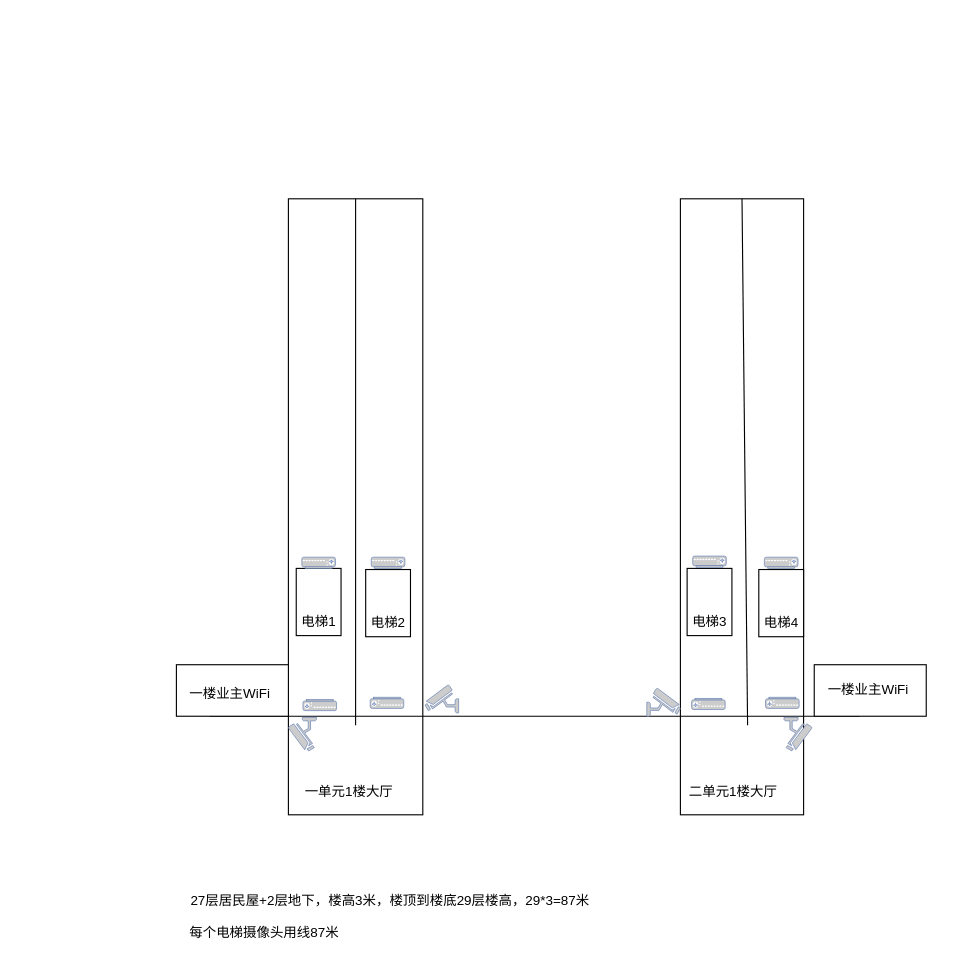
UTOUUCENTER-CD/draw.io keeps this draw.io diagram as 监控示意图.drawio. Above is the earlier version. Source tidied: cells renumbered, new cells numbered last; positions are measured from the earlier drawing's top-left corner, leaving out a move shared by most shapes. Both pictures are drawn from the tidied source at 112%, with x=0, y=0 at pixel (176, 198).
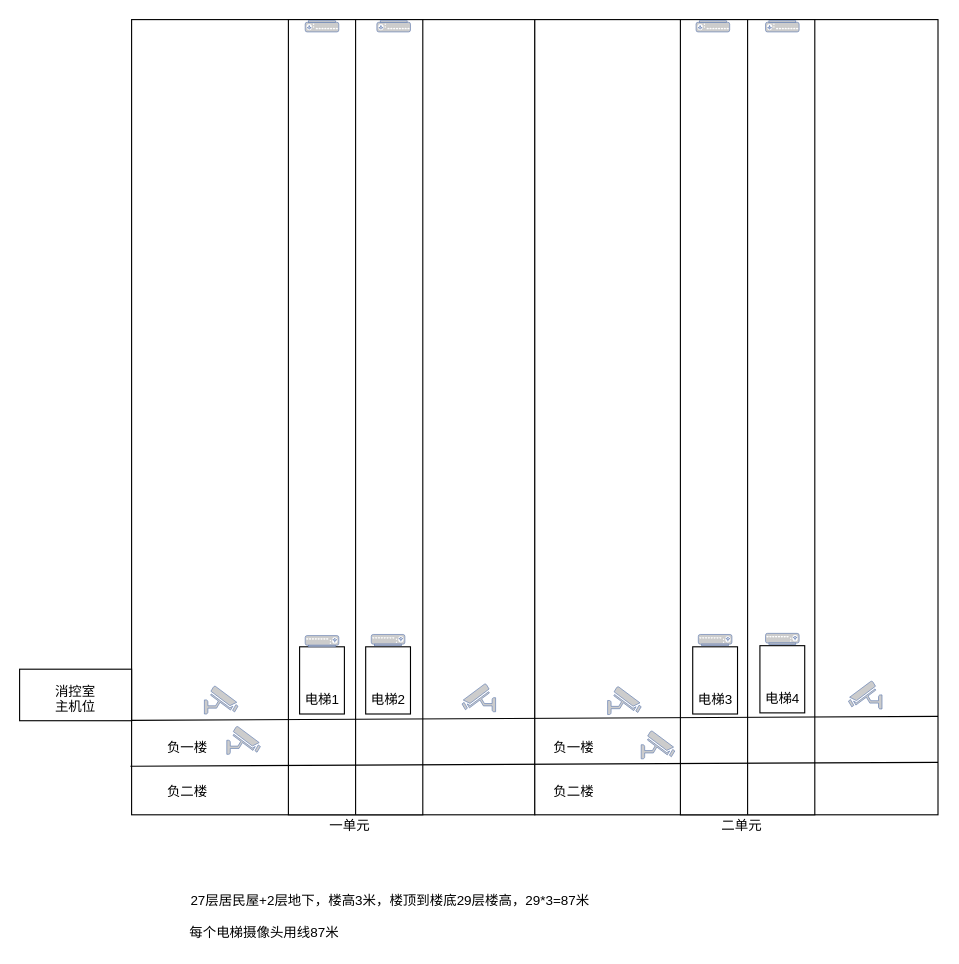
The same page after the edit.

Commit message:
Update 监控示意图.drawio

Diff of the diagram source:
```diff
@@
+    <mxCell id="44" style="rounded=0;whiteSpace=wrap;html=1;" parent="1" vertex="1">
+      <mxGeometry x="-40" y="-160" width="360" height="710" as="geometry" />
+    </mxCell>
+    <mxCell id="45" style="rounded=0;whiteSpace=wrap;html=1;" parent="1" vertex="1">
+      <mxGeometry x="320" y="-160" width="360" height="710" as="geometry" />
+    </mxCell>
     <mxCell id="2" style="rounded=0;whiteSpace=wrap;html=1;" parent="1" vertex="1">
-      <mxGeometry x="100" width="120" height="550" as="geometry" />
+      <mxGeometry x="100" y="-160" width="120" height="710" as="geometry" />
     </mxCell>
-    <mxCell id="3" style="endArrow=none;html=1;entryX=0.5;entryY=0;entryDx=0;entryDy=0;" parent="1" edge="1" target="2">
-      <mxGeometry relative="1" as="geometry">
-        <mxPoint x="160" y="470" as="sourcePoint" />
-      </mxGeometry>
+    <mxCell id="3" style="endArrow=none;html=1;entryX=0.5;entryY=0;entryDx=0;entryDy=0;exitX=0.5;exitY=1;exitDx=0;exitDy=0;" parent="1" edge="1" source="2" target="2">
+      <mxGeometry relative="1" as="geometry" />
     </mxCell>
     <mxCell id="4" style="rounded=0;whiteSpace=wrap;html=1;" parent="1" vertex="1">
-      <mxGeometry x="450" width="110" height="550" as="geometry" />
+      <mxGeometry x="450" y="-160" width="120" height="710" as="geometry" />
     </mxCell>
-    <mxCell id="5" style="endArrow=none;html=1;entryX=0.5;entryY=0;entryDx=0;entryDy=0;" parent="1" edge="1" target="4">
-      <mxGeometry relative="1" as="geometry">
-        <mxPoint x="510" y="470" as="sourcePoint" />
-      </mxGeometry>
+    <mxCell id="5" style="endArrow=none;html=1;entryX=0.5;entryY=0;entryDx=0;entryDy=0;exitX=0.5;exitY=1;exitDx=0;exitDy=0;" parent="1" edge="1" source="4" target="4">
+      <mxGeometry relative="1" as="geometry" />
     </mxCell>
+    <mxCell id="46" style="endArrow=none;html=1;exitX=-0.003;exitY=0.939;exitDx=0;exitDy=0;exitPerimeter=0;entryX=1;entryY=0.934;entryDx=0;entryDy=0;entryPerimeter=0;" parent="1" edge="1" source="44" target="45">
+      <mxGeometry relative="1" as="geometry" />
+    </mxCell>
-    <mxCell id="6" style="endArrow=none;html=1;" parent="1" edge="1">
+    <mxCell id="6" style="endArrow=none;html=1;exitX=-0.003;exitY=0.939;exitDx=0;exitDy=0;exitPerimeter=0;entryX=1;entryY=0.934;entryDx=0;entryDy=0;entryPerimeter=0;" parent="1" edge="1">
       <mxGeometry relative="1" as="geometry">
-        <mxPoint x="30" y="462" as="sourcePoint" />
-        <mxPoint x="610" y="462" as="targetPoint" />
+        <mxPoint x="-41.1" y="465.7" as="sourcePoint" />
+        <mxPoint x="680" y="462.1" as="targetPoint" />
       </mxGeometry>
     </mxCell>
+    <mxCell id="47" value="负一楼" style="text;html=1;align=left;verticalAlign=top;spacingTop=-4;" parent="1" vertex="1">
+      <mxGeometry x="-10" y="480" width="50" height="20" as="geometry" />
+    </mxCell>
+    <mxCell id="48" value="负二楼" style="text;html=1;align=left;verticalAlign=top;spacingTop=-4;" parent="1" vertex="1">
+      <mxGeometry x="-10" y="520" width="50" height="20" as="geometry" />
+    </mxCell>
-    <mxCell id="7" style="fontColor=#0066CC;verticalAlign=top;verticalLabelPosition=bottom;labelPosition=center;align=center;html=1;fillColor=#CCCCCC;strokeColor=#6881B3;gradientColor=none;gradientDirection=north;strokeWidth=2;shape=mxgraph.networks.security_camera;direction=south;flipH=1;" parent="1" vertex="1">
-      <mxGeometry x="100" y="463" width="25" height="30" as="geometry" />
+    <mxCell id="7" style="fontColor=#0066CC;verticalAlign=top;verticalLabelPosition=bottom;labelPosition=center;align=center;html=1;fillColor=#CCCCCC;strokeColor=#6881B3;gradientColor=none;gradientDirection=north;strokeWidth=2;shape=mxgraph.networks.security_camera;" parent="1" vertex="1">
+      <mxGeometry x="25" y="435" width="30" height="25" as="geometry" />
     </mxCell>
     <mxCell id="8" style="fontColor=#0066CC;verticalAlign=top;verticalLabelPosition=bottom;labelPosition=center;align=center;html=1;fillColor=#CCCCCC;strokeColor=#6881B3;gradientColor=none;gradientDirection=north;strokeWidth=2;shape=mxgraph.networks.security_camera;flipH=1;" parent="1" vertex="1">
-      <mxGeometry x="222" y="434" width="30" height="25" as="geometry" />
+      <mxGeometry x="255" y="433" width="30" height="25" as="geometry" />
     </mxCell>
+    <mxCell id="49" style="fontColor=#0066CC;verticalAlign=top;verticalLabelPosition=bottom;labelPosition=center;align=center;html=1;fillColor=#CCCCCC;strokeColor=#6881B3;gradientColor=none;gradientDirection=north;strokeWidth=2;shape=mxgraph.networks.security_camera;" parent="1" vertex="1">
+      <mxGeometry x="45" y="471" width="30" height="25" as="geometry" />
+    </mxCell>
+    <mxCell id="24" style="group;" parent="1" vertex="1">
+      <mxGeometry x="110" y="400" width="53" height="60" as="geometry" />
+    </mxCell>
+    <mxCell id="25" style="rounded=0;whiteSpace=wrap;html=1;" parent="24" vertex="1">
+      <mxGeometry width="40" height="60" as="geometry" />
+    </mxCell>
+    <mxCell id="26" value="电梯1" style="text;html=1;align=left;verticalAlign=top;spacingTop=-4;" parent="24" vertex="1">
+      <mxGeometry x="3" y="38" width="50" height="20" as="geometry" />
+    </mxCell>
+    <mxCell id="29" style="group;" parent="1" vertex="1">
+      <mxGeometry x="169" y="400" width="53" height="60" as="geometry" />
+    </mxCell>
+    <mxCell id="31" style="rounded=0;whiteSpace=wrap;html=1;" parent="29" vertex="1">
+      <mxGeometry width="40" height="60" as="geometry" />
+    </mxCell>
+    <mxCell id="32" value="电梯2" style="text;html=1;align=left;verticalAlign=top;spacingTop=-4;" parent="29" vertex="1">
+      <mxGeometry x="3" y="38" width="50" height="20" as="geometry" />
+    </mxCell>
+    <mxCell id="35" style="group;" parent="1" vertex="1">
+      <mxGeometry x="461" y="400" width="53" height="60" as="geometry" />
+    </mxCell>
+    <mxCell id="36" style="rounded=0;whiteSpace=wrap;html=1;" parent="35" vertex="1">
+      <mxGeometry width="40" height="60" as="geometry" />
+    </mxCell>
+    <mxCell id="37" value="电梯3" style="text;html=1;align=left;verticalAlign=top;spacingTop=-4;" parent="35" vertex="1">
+      <mxGeometry x="3" y="38" width="50" height="20" as="geometry" />
+    </mxCell>
+    <mxCell id="40" style="group;" parent="1" vertex="1">
+      <mxGeometry x="521" y="399" width="53" height="60" as="geometry" />
+    </mxCell>
+    <mxCell id="41" style="rounded=0;whiteSpace=wrap;html=1;" parent="40" vertex="1">
+      <mxGeometry width="40" height="60" as="geometry" />
+    </mxCell>
+    <mxCell id="42" value="电梯4" style="text;html=1;align=left;verticalAlign=top;spacingTop=-4;" parent="40" vertex="1">
+      <mxGeometry x="3" y="38" width="50" height="20" as="geometry" />
+    </mxCell>
-    <mxCell id="9" style="fontColor=#0066CC;verticalAlign=top;verticalLabelPosition=bottom;labelPosition=center;align=center;html=1;fillColor=#CCCCCC;strokeColor=#6881B3;gradientColor=none;gradientDirection=north;strokeWidth=2;shape=mxgraph.networks.security_camera;direction=south;" parent="1" vertex="1">
-      <mxGeometry x="542.5" y="463" width="25" height="30" as="geometry" />
+    <mxCell id="9" style="fontColor=#0066CC;verticalAlign=top;verticalLabelPosition=bottom;labelPosition=center;align=center;html=1;fillColor=#CCCCCC;strokeColor=#6881B3;gradientColor=none;gradientDirection=north;strokeWidth=2;shape=mxgraph.networks.security_camera;" parent="1" vertex="1">
+      <mxGeometry x="385" y="435.5" width="30" height="25" as="geometry" />
     </mxCell>
-    <mxCell id="10" style="fontColor=#0066CC;verticalAlign=top;verticalLabelPosition=bottom;labelPosition=center;align=center;html=1;fillColor=#CCCCCC;strokeColor=#6881B3;gradientColor=none;gradientDirection=north;strokeWidth=2;shape=mxgraph.networks.security_camera;flipH=0;flipV=0;" parent="1" vertex="1">
-      <mxGeometry x="420" y="437" width="30" height="25" as="geometry" />
+    <mxCell id="10" style="fontColor=#0066CC;verticalAlign=top;verticalLabelPosition=bottom;labelPosition=center;align=center;html=1;fillColor=#CCCCCC;strokeColor=#6881B3;gradientColor=none;gradientDirection=north;strokeWidth=2;shape=mxgraph.networks.security_camera;flipH=1;" parent="1" vertex="1">
+      <mxGeometry x="600" y="430.5" width="30" height="25" as="geometry" />
     </mxCell>
+    <mxCell id="50" style="fontColor=#0066CC;verticalAlign=top;verticalLabelPosition=bottom;labelPosition=center;align=center;html=1;fillColor=#CCCCCC;strokeColor=#6881B3;gradientColor=none;gradientDirection=north;strokeWidth=2;shape=mxgraph.networks.security_camera;" parent="1" vertex="1">
+      <mxGeometry x="415" y="475" width="30" height="25" as="geometry" />
+    </mxCell>
-    <mxCell id="11" value="一单元1楼大厅" style="text;html=1;align=left;verticalAlign=top;spacingTop=-4;" parent="1" vertex="1">
-      <mxGeometry x="113" y="520" width="90" height="20" as="geometry" />
+    <mxCell id="11" value="一单元" style="text;html=1;align=left;verticalAlign=top;spacingTop=-4;" parent="1" vertex="1">
+      <mxGeometry x="135" y="550" width="50" height="20" as="geometry" />
     </mxCell>
-    <mxCell id="12" value="二单元1楼大厅" style="text;html=1;align=left;verticalAlign=top;spacingTop=-4;" parent="1" vertex="1">
-      <mxGeometry x="456" y="520" width="90" height="20" as="geometry" />
+    <mxCell id="12" value="二单元" style="text;html=1;align=left;verticalAlign=top;spacingTop=-4;" parent="1" vertex="1">
+      <mxGeometry x="485" y="550" width="50" height="20" as="geometry" />
     </mxCell>
+    <mxCell id="51" value="负一楼" style="text;html=1;align=left;verticalAlign=top;spacingTop=-4;" parent="1" vertex="1">
+      <mxGeometry x="335" y="480" width="50" height="20" as="geometry" />
+    </mxCell>
+    <mxCell id="52" value="负二楼" style="text;html=1;align=left;verticalAlign=top;spacingTop=-4;" parent="1" vertex="1">
+      <mxGeometry x="335" y="520" width="50" height="20" as="geometry" />
+    </mxCell>
@@
     <mxCell id="14" style="rounded=0;whiteSpace=wrap;html=1;" parent="1" vertex="1">
-      <mxGeometry y="416" width="100" height="46" as="geometry" />
+      <mxGeometry x="-140" y="420" width="100" height="46" as="geometry" />
     </mxCell>
-    <mxCell id="15" value="一楼业主WiFi" style="text;html=1;align=left;verticalAlign=top;spacingTop=-4;" parent="1" vertex="1">
-      <mxGeometry x="10" y="431.5" width="90" height="20" as="geometry" />
+    <mxCell id="15" value="消控室&lt;br&gt;主机位" style="text;html=1;align=left;verticalAlign=top;spacingTop=-4;" parent="1" vertex="1">
+      <mxGeometry x="-110" y="430" width="50" height="30" as="geometry" />
     </mxCell>
@@
     <mxCell id="17" style="fontColor=#0066CC;verticalAlign=top;verticalLabelPosition=bottom;labelPosition=center;align=center;html=1;fillColor=#CCCCCC;strokeColor=#6881B3;gradientColor=none;gradientDirection=north;strokeWidth=2;shape=mxgraph.networks.load_balancer;direction=west;" parent="1" vertex="1">
-      <mxGeometry x="113" y="447" width="30" height="10" as="geometry" />
+      <mxGeometry x="115" y="-159" width="30" height="10" as="geometry" />
     </mxCell>
     <mxCell id="18" style="fontColor=#0066CC;verticalAlign=top;verticalLabelPosition=bottom;labelPosition=center;align=center;html=1;fillColor=#CCCCCC;strokeColor=#6881B3;gradientColor=none;gradientDirection=north;strokeWidth=2;shape=mxgraph.networks.load_balancer;direction=west;" parent="1" vertex="1">
-      <mxGeometry x="173" y="445" width="30" height="10" as="geometry" />
+      <mxGeometry x="179" y="-159" width="30" height="10" as="geometry" />
     </mxCell>
     <mxCell id="19" style="fontColor=#0066CC;verticalAlign=top;verticalLabelPosition=bottom;labelPosition=center;align=center;html=1;fillColor=#CCCCCC;strokeColor=#6881B3;gradientColor=none;gradientDirection=north;strokeWidth=2;shape=mxgraph.networks.load_balancer;direction=west;" parent="1" vertex="1">
-      <mxGeometry x="460" y="446" width="30" height="10" as="geometry" />
+      <mxGeometry x="464" y="-159" width="30" height="10" as="geometry" />
     </mxCell>
     <mxCell id="20" style="fontColor=#0066CC;verticalAlign=top;verticalLabelPosition=bottom;labelPosition=center;align=center;html=1;fillColor=#CCCCCC;strokeColor=#6881B3;gradientColor=none;gradientDirection=north;strokeWidth=2;shape=mxgraph.networks.load_balancer;direction=west;" parent="1" vertex="1">
-      <mxGeometry x="526" y="445" width="30" height="10" as="geometry" />
+      <mxGeometry x="526" y="-159" width="30" height="10" as="geometry" />
     </mxCell>
-    <mxCell id="21" style="rounded=0;whiteSpace=wrap;html=1;" parent="1" vertex="1">
-      <mxGeometry x="569.5" y="416" width="100" height="46" as="geometry" />
-    </mxCell>
-    <mxCell id="22" value="一楼业主WiFi" style="text;html=1;align=left;verticalAlign=top;spacingTop=-4;" parent="1" vertex="1">
-      <mxGeometry x="579.5" y="429" width="90" height="20" as="geometry" />
-    </mxCell>
-    <mxCell id="23" style="group;" parent="1" vertex="1">
-      <mxGeometry x="107" y="320" width="53" height="70" as="geometry" />
-    </mxCell>
-    <mxCell id="24" style="group;" parent="23" vertex="1">
-      <mxGeometry y="10" width="53" height="60" as="geometry" />
-    </mxCell>
-    <mxCell id="25" style="rounded=0;whiteSpace=wrap;html=1;" parent="24" vertex="1">
-      <mxGeometry width="40" height="60" as="geometry" />
-    </mxCell>
-    <mxCell id="26" value="电梯1" style="text;html=1;align=left;verticalAlign=top;spacingTop=-4;" parent="24" vertex="1">
-      <mxGeometry x="3" y="38" width="50" height="20" as="geometry" />
-    </mxCell>
-    <mxCell id="27" style="fontColor=#0066CC;verticalAlign=top;verticalLabelPosition=bottom;labelPosition=center;align=center;html=1;fillColor=#CCCCCC;strokeColor=#6881B3;gradientColor=none;gradientDirection=north;strokeWidth=2;shape=mxgraph.networks.load_balancer;direction=east;" parent="23" vertex="1">
-      <mxGeometry x="5" width="30" height="10" as="geometry" />
+    <mxCell id="27" style="fontColor=#0066CC;verticalAlign=top;verticalLabelPosition=bottom;labelPosition=center;align=center;html=1;fillColor=#CCCCCC;strokeColor=#6881B3;gradientColor=none;gradientDirection=north;strokeWidth=2;shape=mxgraph.networks.load_balancer;direction=east;" parent="1" vertex="1">
+      <mxGeometry x="115" y="390" width="30" height="10" as="geometry" />
     </mxCell>
-    <mxCell id="28" style="group;" parent="1" vertex="1">
-      <mxGeometry x="169" y="320" width="53" height="71" as="geometry" />
-    </mxCell>
-    <mxCell id="29" style="group;" parent="28" vertex="1">
-      <mxGeometry y="11" width="53" height="60" as="geometry" />
-    </mxCell>
-    <mxCell id="30" style="group;" parent="29" vertex="1">
-      <mxGeometry width="53" height="60" as="geometry" />
-    </mxCell>
-    <mxCell id="31" style="rounded=0;whiteSpace=wrap;html=1;" parent="30" vertex="1">
-      <mxGeometry width="40" height="60" as="geometry" />
-    </mxCell>
-    <mxCell id="32" value="电梯2" style="text;html=1;align=left;verticalAlign=top;spacingTop=-4;" parent="30" vertex="1">
-      <mxGeometry x="3" y="38" width="50" height="20" as="geometry" />
-    </mxCell>
-    <mxCell id="33" style="fontColor=#0066CC;verticalAlign=top;verticalLabelPosition=bottom;labelPosition=center;align=center;html=1;fillColor=#CCCCCC;strokeColor=#6881B3;gradientColor=none;gradientDirection=north;strokeWidth=2;shape=mxgraph.networks.load_balancer;direction=east;" parent="28" vertex="1">
-      <mxGeometry x="5" width="30" height="10" as="geometry" />
+    <mxCell id="33" style="fontColor=#0066CC;verticalAlign=top;verticalLabelPosition=bottom;labelPosition=center;align=center;html=1;fillColor=#CCCCCC;strokeColor=#6881B3;gradientColor=none;gradientDirection=north;strokeWidth=2;shape=mxgraph.networks.load_balancer;direction=east;" parent="1" vertex="1">
+      <mxGeometry x="174" y="389" width="30" height="10" as="geometry" />
     </mxCell>
-    <mxCell id="34" style="group;" parent="1" vertex="1">
-      <mxGeometry x="456" y="319" width="53" height="71" as="geometry" />
-    </mxCell>
-    <mxCell id="35" style="group;" parent="34" vertex="1">
-      <mxGeometry y="11" width="53" height="60" as="geometry" />
-    </mxCell>
-    <mxCell id="36" style="rounded=0;whiteSpace=wrap;html=1;" parent="35" vertex="1">
-      <mxGeometry width="40" height="60" as="geometry" />
-    </mxCell>
-    <mxCell id="37" value="电梯3" style="text;html=1;align=left;verticalAlign=top;spacingTop=-4;" parent="35" vertex="1">
-      <mxGeometry x="3" y="38" width="50" height="20" as="geometry" />
-    </mxCell>
-    <mxCell id="38" style="fontColor=#0066CC;verticalAlign=top;verticalLabelPosition=bottom;labelPosition=center;align=center;html=1;fillColor=#CCCCCC;strokeColor=#6881B3;gradientColor=none;gradientDirection=north;strokeWidth=2;shape=mxgraph.networks.load_balancer;direction=east;" parent="34" vertex="1">
-      <mxGeometry x="5" width="30" height="10" as="geometry" />
+    <mxCell id="38" style="fontColor=#0066CC;verticalAlign=top;verticalLabelPosition=bottom;labelPosition=center;align=center;html=1;fillColor=#CCCCCC;strokeColor=#6881B3;gradientColor=none;gradientDirection=north;strokeWidth=2;shape=mxgraph.networks.load_balancer;direction=east;" parent="1" vertex="1">
+      <mxGeometry x="466" y="389" width="30" height="10" as="geometry" />
     </mxCell>
-    <mxCell id="39" style="group;" parent="1" vertex="1">
-      <mxGeometry x="520" y="320" width="53" height="71" as="geometry" />
-    </mxCell>
-    <mxCell id="40" style="group;" parent="39" vertex="1">
-      <mxGeometry y="11" width="53" height="60" as="geometry" />
-    </mxCell>
-    <mxCell id="41" style="rounded=0;whiteSpace=wrap;html=1;" parent="40" vertex="1">
-      <mxGeometry width="40" height="60" as="geometry" />
-    </mxCell>
-    <mxCell id="42" value="电梯4" style="text;html=1;align=left;verticalAlign=top;spacingTop=-4;" parent="40" vertex="1">
-      <mxGeometry x="3" y="38" width="50" height="20" as="geometry" />
-    </mxCell>
-    <mxCell id="43" style="fontColor=#0066CC;verticalAlign=top;verticalLabelPosition=bottom;labelPosition=center;align=center;html=1;fillColor=#CCCCCC;strokeColor=#6881B3;gradientColor=none;gradientDirection=north;strokeWidth=2;shape=mxgraph.networks.load_balancer;direction=east;" parent="39" vertex="1">
-      <mxGeometry x="5" width="30" height="10" as="geometry" />
+    <mxCell id="43" style="fontColor=#0066CC;verticalAlign=top;verticalLabelPosition=bottom;labelPosition=center;align=center;html=1;fillColor=#CCCCCC;strokeColor=#6881B3;gradientColor=none;gradientDirection=north;strokeWidth=2;shape=mxgraph.networks.load_balancer;direction=east;" parent="1" vertex="1">
+      <mxGeometry x="526" y="388" width="30" height="10" as="geometry" />
     </mxCell>
```
